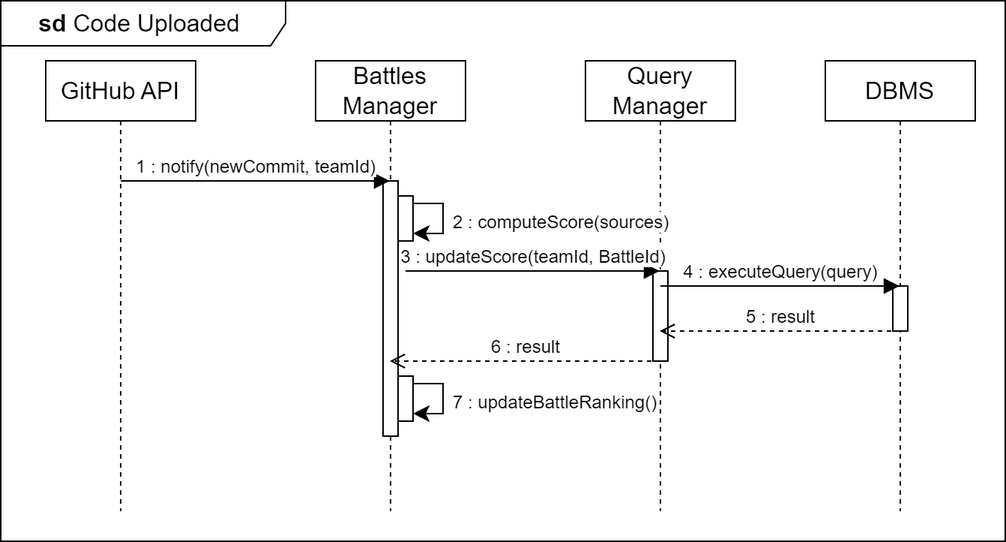
This is DD/images/runtimeviews/RuntimeView_CodeUploaded.png from pontig/sw-eng-2-PasiniPontiggiaStasi, a draw.io export, as it was before one commit. Source tidied: cells renumbered, new cells last; positions are measured from the earlier drawing's top-left corner, leaving out a move shared by most shapes. The source it was exported from:
```xml
<mxGraphModel>
  <root>
    <mxCell id="0" />
    <mxCell id="1" parent="0" />
    <mxCell id="2" value="GitHub API" style="shape=umlLifeline;perimeter=lifelinePerimeter;whiteSpace=wrap;html=1;newEdgeStyle={&quot;curved&quot;:0,&quot;rounded&quot;:0};fontSize=16;" parent="1" vertex="1">
      <mxGeometry x="30" y="40" width="100" height="300" as="geometry" />
    </mxCell>
    <mxCell id="3" value="Battles Manager" style="shape=umlLifeline;perimeter=lifelinePerimeter;whiteSpace=wrap;html=1;outlineConnect=0;portConstraint=eastwest;newEdgeStyle={&quot;curved&quot;:0,&quot;rounded&quot;:0};fontSize=16;" parent="1" vertex="1">
      <mxGeometry x="210" y="40" width="100" height="300" as="geometry" />
    </mxCell>
    <mxCell id="4" style="html=1;perimeter=orthogonalPerimeter;targetShapes=umlLifeline;newEdgeStyle={&quot;curved&quot;:0,&quot;rounded&quot;:0};fontSize=16;" parent="3" vertex="1">
      <mxGeometry x="45" y="80" width="10" height="170" as="geometry" />
    </mxCell>
    <mxCell id="5" style="html=1;points=[[0,0,0,0,5],[0,1,0,0,-5],[1,0,0,0,5],[1,1,0,0,-5]];perimeter=orthogonalPerimeter;outlineConnect=0;targetShapes=umlLifeline;portConstraint=eastwest;newEdgeStyle={&quot;curved&quot;:0,&quot;rounded&quot;:0};fontSize=16;" parent="3" vertex="1">
      <mxGeometry x="55" y="90" width="10" height="30" as="geometry" />
    </mxCell>
    <mxCell id="6" style="edgeStyle=none;curved=0;rounded=0;orthogonalLoop=1;jettySize=auto;html=1;fontSize=12;startSize=8;endSize=8;" parent="3" edge="1" source="5" target="5">
      <mxGeometry relative="1" as="geometry" />
    </mxCell>
    <mxCell id="7" style="html=1;points=[[0,0,0,0,5],[0,1,0,0,-5],[1,0,0,0,5],[1,1,0,0,-5]];perimeter=orthogonalPerimeter;outlineConnect=0;targetShapes=umlLifeline;portConstraint=eastwest;newEdgeStyle={&quot;curved&quot;:0,&quot;rounded&quot;:0};fontSize=16;" parent="3" vertex="1">
      <mxGeometry x="55" y="210" width="10" height="30" as="geometry" />
    </mxCell>
    <mxCell id="8" style="edgeStyle=none;curved=0;rounded=0;orthogonalLoop=1;jettySize=auto;html=1;fontSize=12;startSize=8;endSize=8;" parent="3" edge="1" source="7" target="7">
      <mxGeometry relative="1" as="geometry" />
    </mxCell>
    <mxCell id="9" value="Query Manager" style="shape=umlLifeline;perimeter=lifelinePerimeter;whiteSpace=wrap;html=1;outlineConnect=0;portConstraint=eastwest;newEdgeStyle={&quot;curved&quot;:0,&quot;rounded&quot;:0};fontSize=16;" parent="1" vertex="1">
      <mxGeometry x="390" y="40" width="100" height="300" as="geometry" />
    </mxCell>
    <mxCell id="10" style="html=1;perimeter=orthogonalPerimeter;targetShapes=umlLifeline;newEdgeStyle={&quot;curved&quot;:0,&quot;rounded&quot;:0};fontSize=16;" parent="9" vertex="1">
      <mxGeometry x="45" y="140" width="10" height="60" as="geometry" />
    </mxCell>
    <mxCell id="11" value="1 : notify(newCommit, teamId)" style="html=1;verticalAlign=bottom;endArrow=block;curved=0;rounded=0;fontSize=12;startSize=8;endSize=8;" parent="1" edge="1" target="3">
      <mxGeometry relative="1" as="geometry">
        <mxPoint x="80" y="120" as="sourcePoint" />
      </mxGeometry>
    </mxCell>
    <mxCell id="12" value="&lt;span style=&quot;color: rgb(0, 0, 0); font-family: Helvetica; font-size: 12px; font-style: normal; font-variant-ligatures: normal; font-variant-caps: normal; font-weight: 400; letter-spacing: normal; orphans: 2; text-align: center; text-indent: 0px; text-transform: none; widows: 2; word-spacing: 0px; -webkit-text-stroke-width: 0px; background-color: rgb(255, 255, 255); text-decoration-thickness: initial; text-decoration-style: initial; text-decoration-color: initial; float: none; display: inline !important;&quot;&gt;2 : computeScore(sources)&lt;/span&gt;" style="text;whiteSpace=wrap;html=1;fontSize=16;" parent="1" vertex="1">
      <mxGeometry x="300" y="130" width="150" height="40" as="geometry" />
    </mxCell>
    <mxCell id="13" value="DBMS" style="shape=umlLifeline;perimeter=lifelinePerimeter;whiteSpace=wrap;html=1;outlineConnect=0;portConstraint=eastwest;newEdgeStyle={&quot;curved&quot;:0,&quot;rounded&quot;:0};fontSize=16;" parent="1" vertex="1">
      <mxGeometry x="550" y="40" width="100" height="300" as="geometry" />
    </mxCell>
    <mxCell id="14" style="html=1;perimeter=orthogonalPerimeter;targetShapes=umlLifeline;newEdgeStyle={&quot;curved&quot;:0,&quot;rounded&quot;:0};fontSize=16;" parent="13" vertex="1">
      <mxGeometry x="45" y="150" width="10" height="30" as="geometry" />
    </mxCell>
    <mxCell id="15" value="3 : updateScore(teamId, BattleId)" style="html=1;verticalAlign=bottom;endArrow=block;curved=0;rounded=0;fontSize=12;startSize=8;endSize=8;" parent="1" edge="1" target="9">
      <mxGeometry relative="1" as="geometry">
        <mxPoint x="270" y="180" as="sourcePoint" />
      </mxGeometry>
    </mxCell>
    <mxCell id="16" value="4 : executeQuery(query)" style="html=1;verticalAlign=bottom;endArrow=block;curved=0;rounded=0;fontSize=12;startSize=8;endSize=8;" parent="1" edge="1" target="13">
      <mxGeometry relative="1" as="geometry">
        <mxPoint x="440" y="190" as="sourcePoint" />
      </mxGeometry>
    </mxCell>
    <mxCell id="17" value="5 : result" style="html=1;verticalAlign=bottom;endArrow=open;dashed=1;endSize=8;curved=0;rounded=0;fontSize=12;" parent="1" edge="1" target="9">
      <mxGeometry relative="1" as="geometry">
        <mxPoint x="600" y="220" as="sourcePoint" />
      </mxGeometry>
    </mxCell>
    <mxCell id="18" value="6 : result" style="html=1;verticalAlign=bottom;endArrow=open;dashed=1;endSize=8;curved=0;rounded=0;fontSize=12;" parent="1" edge="1" target="3">
      <mxGeometry relative="1" as="geometry">
        <mxPoint x="440" y="240" as="sourcePoint" />
      </mxGeometry>
    </mxCell>
    <mxCell id="19" value="&lt;span style=&quot;color: rgb(0, 0, 0); font-family: Helvetica; font-size: 12px; font-style: normal; font-variant-ligatures: normal; font-variant-caps: normal; font-weight: 400; letter-spacing: normal; orphans: 2; text-align: center; text-indent: 0px; text-transform: none; widows: 2; word-spacing: 0px; -webkit-text-stroke-width: 0px; background-color: rgb(255, 255, 255); text-decoration-thickness: initial; text-decoration-style: initial; text-decoration-color: initial; float: none; display: inline !important;&quot;&gt;7 : updateBattleRanking()&lt;/span&gt;" style="text;whiteSpace=wrap;html=1;fontSize=16;" parent="1" vertex="1">
      <mxGeometry x="300" y="250" width="140" height="40" as="geometry" />
    </mxCell>
    <mxCell id="20" value="&lt;b&gt;sd &lt;/b&gt;Code Uploaded&amp;nbsp;" style="shape=umlFrame;whiteSpace=wrap;html=1;fontSize=16;width=190;height=30;" parent="1" vertex="1">
      <mxGeometry width="670" height="360" as="geometry" />
    </mxCell>
  </root>
</mxGraphModel>
```
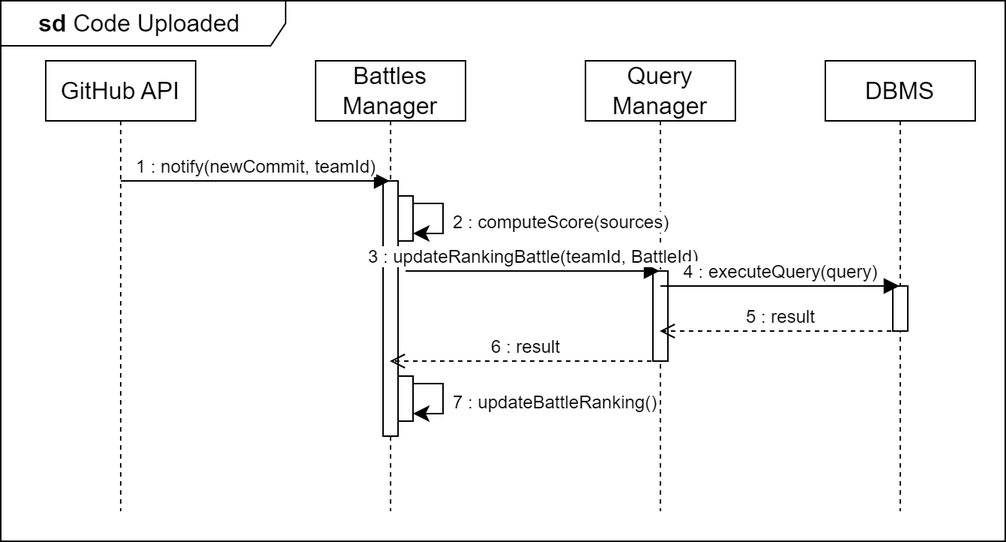
Above is the later version.

Change to the diagram source:
```diff
@@ -43,7 +43,7 @@
     <mxCell id="14" style="html=1;perimeter=orthogonalPerimeter;targetShapes=umlLifeline;newEdgeStyle={&quot;curved&quot;:0,&quot;rounded&quot;:0};fontSize=16;" parent="13" vertex="1">
       <mxGeometry x="45" y="150" width="10" height="30" as="geometry" />
     </mxCell>
-    <mxCell id="15" value="3 : updateScore(teamId, BattleId)" style="html=1;verticalAlign=bottom;endArrow=block;curved=0;rounded=0;fontSize=12;startSize=8;endSize=8;" parent="1" edge="1" target="9">
+    <mxCell id="15" value="3 : updateRankingBattle(teamId, BattleId)" style="html=1;verticalAlign=bottom;endArrow=block;curved=0;rounded=0;fontSize=12;startSize=8;endSize=8;" parent="1" edge="1" target="9">
       <mxGeometry relative="1" as="geometry">
         <mxPoint x="270" y="180" as="sourcePoint" />
       </mxGeometry>
```
